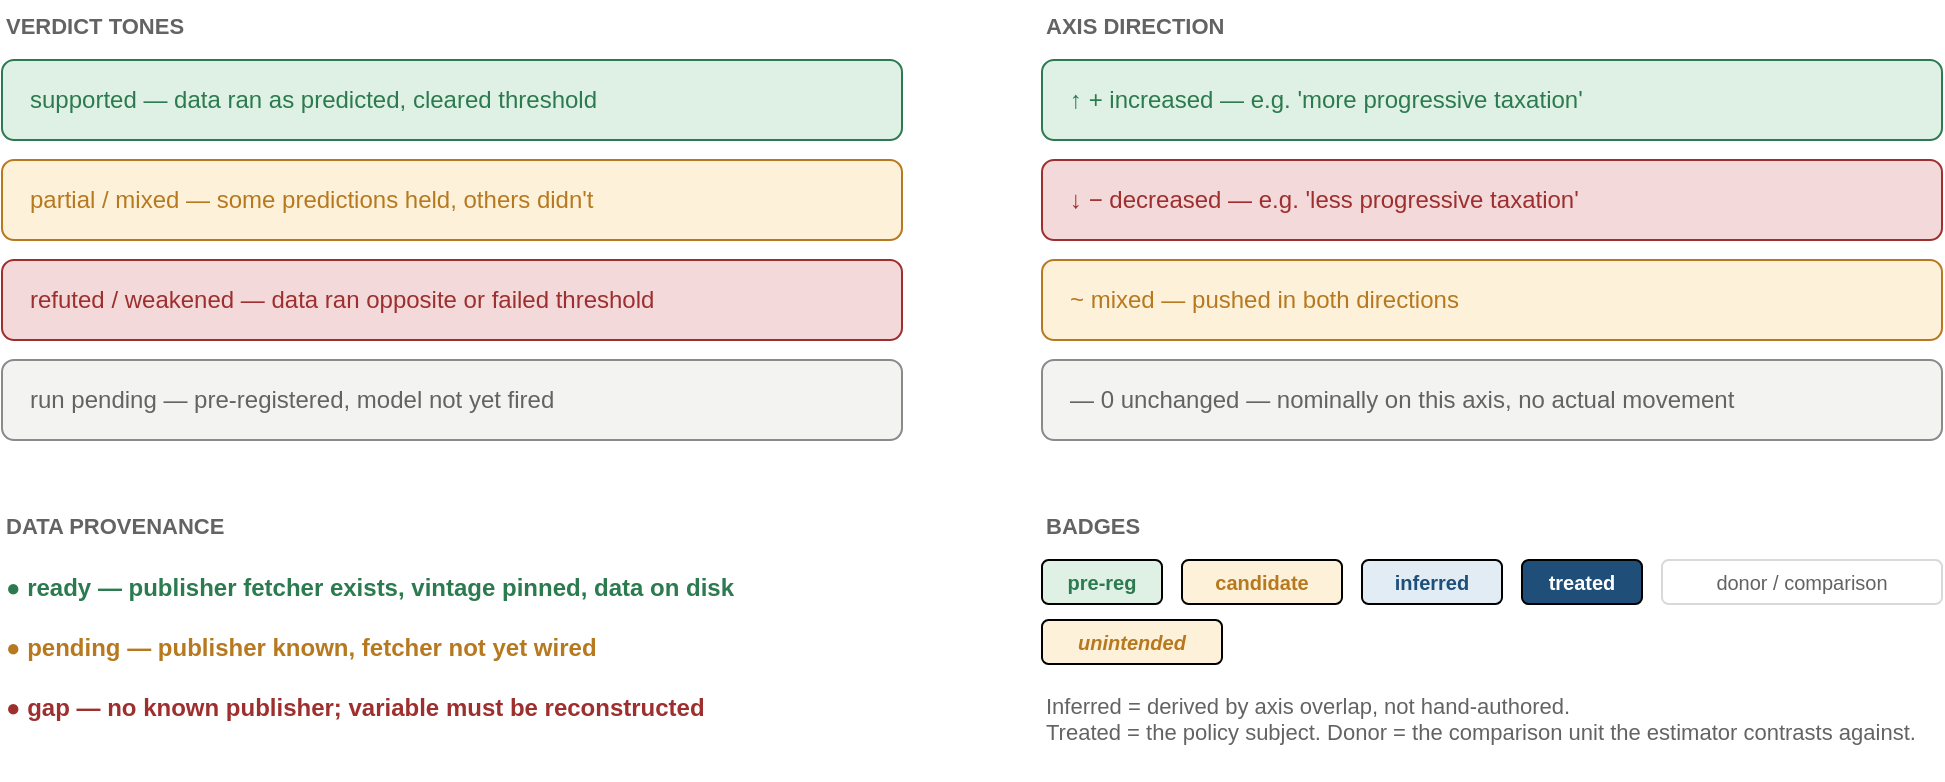
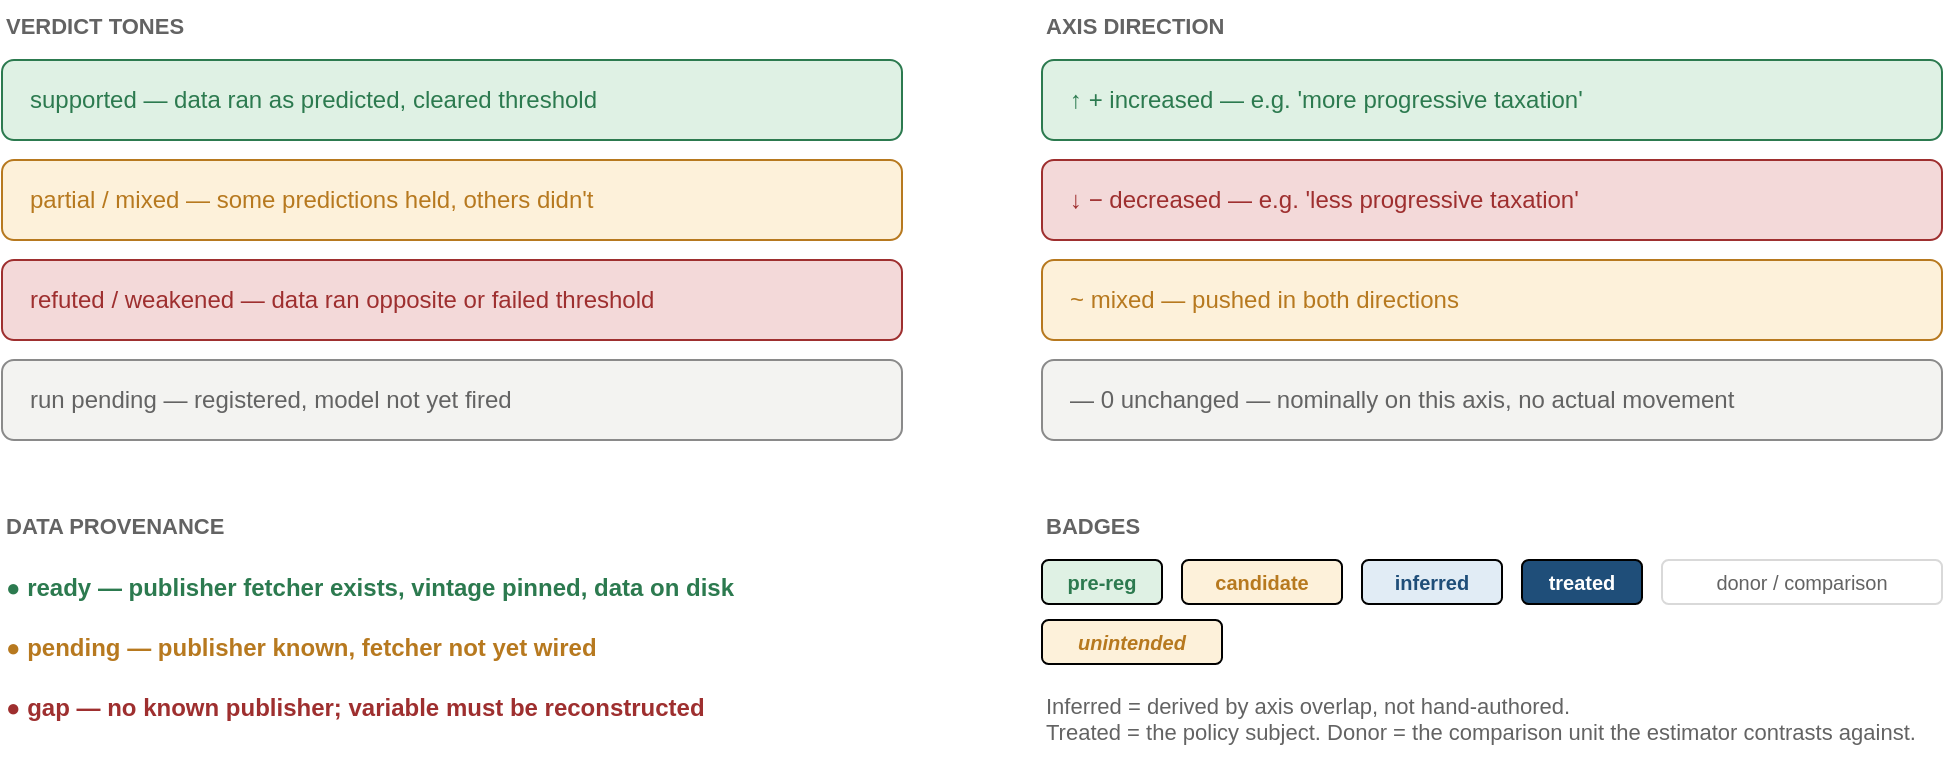
<mxfile host="app.diagrams.net" version="24.0.0">
  <diagram name="Legend" id="legend">
    <mxGraphModel dx="1200" dy="700" grid="1" gridSize="10" page="1" pageWidth="1200" pageHeight="700">
      <root>
        <mxCell id="0" />
        <mxCell id="1" parent="0" />

        <mxCell id="vh" value="VERDICT TONES" style="text;html=1;strokeColor=none;fillColor=none;fontSize=11;fontStyle=1;fontColor=#636363;" vertex="1" parent="1">
          <mxGeometry x="40" y="40" width="300" height="20" as="geometry" />
        </mxCell>
        <mxCell id="v1" value="supported — data ran as predicted, cleared threshold" style="rounded=1;whiteSpace=wrap;html=1;fillColor=#dff1e4;strokeColor=#2c7a4f;fontColor=#2c7a4f;align=left;spacingLeft=12;" vertex="1" parent="1">
          <mxGeometry x="40" y="70" width="450" height="40" as="geometry" />
        </mxCell>
        <mxCell id="v2" value="partial / mixed — some predictions held, others didn't" style="rounded=1;whiteSpace=wrap;html=1;fillColor=#fdf1da;strokeColor=#b7791f;fontColor=#b7791f;align=left;spacingLeft=12;" vertex="1" parent="1">
          <mxGeometry x="40" y="120" width="450" height="40" as="geometry" />
        </mxCell>
        <mxCell id="v3" value="refuted / weakened — data ran opposite or failed threshold" style="rounded=1;whiteSpace=wrap;html=1;fillColor=#f3d9d9;strokeColor=#9e2f2f;fontColor=#9e2f2f;align=left;spacingLeft=12;" vertex="1" parent="1">
          <mxGeometry x="40" y="170" width="450" height="40" as="geometry" />
        </mxCell>
-         <mxCell id="v4" value="run pending — pre-registered, model not yet fired" style="rounded=1;whiteSpace=wrap;html=1;fillColor=#f3f3f1;strokeColor=#8a8a8a;fontColor=#636363;align=left;spacingLeft=12;" vertex="1" parent="1">
+         <mxCell id="v4" value="run pending — registered, model not yet fired" style="rounded=1;whiteSpace=wrap;html=1;fillColor=#f3f3f1;strokeColor=#8a8a8a;fontColor=#636363;align=left;spacingLeft=12;" vertex="1" parent="1">
          <mxGeometry x="40" y="220" width="450" height="40" as="geometry" />
        </mxCell>

        <mxCell id="ah" value="AXIS DIRECTION" style="text;html=1;strokeColor=none;fillColor=none;fontSize=11;fontStyle=1;fontColor=#636363;" vertex="1" parent="1">
          <mxGeometry x="560" y="40" width="300" height="20" as="geometry" />
        </mxCell>
        <mxCell id="a1" value="↑  + increased — e.g. 'more progressive taxation'" style="rounded=1;whiteSpace=wrap;html=1;fillColor=#dff1e4;strokeColor=#2c7a4f;fontColor=#2c7a4f;align=left;spacingLeft=12;" vertex="1" parent="1">
          <mxGeometry x="560" y="70" width="450" height="40" as="geometry" />
        </mxCell>
        <mxCell id="a2" value="↓  − decreased — e.g. 'less progressive taxation'" style="rounded=1;whiteSpace=wrap;html=1;fillColor=#f3d9d9;strokeColor=#9e2f2f;fontColor=#9e2f2f;align=left;spacingLeft=12;" vertex="1" parent="1">
          <mxGeometry x="560" y="120" width="450" height="40" as="geometry" />
        </mxCell>
        <mxCell id="a3" value="~  mixed — pushed in both directions" style="rounded=1;whiteSpace=wrap;html=1;fillColor=#fdf1da;strokeColor=#b7791f;fontColor=#b7791f;align=left;spacingLeft=12;" vertex="1" parent="1">
          <mxGeometry x="560" y="170" width="450" height="40" as="geometry" />
        </mxCell>
        <mxCell id="a4" value="—  0 unchanged — nominally on this axis, no actual movement" style="rounded=1;whiteSpace=wrap;html=1;fillColor=#f3f3f1;strokeColor=#8a8a8a;fontColor=#636363;align=left;spacingLeft=12;" vertex="1" parent="1">
          <mxGeometry x="560" y="220" width="450" height="40" as="geometry" />
        </mxCell>

        <mxCell id="ph" value="DATA PROVENANCE" style="text;html=1;strokeColor=none;fillColor=none;fontSize=11;fontStyle=1;fontColor=#636363;" vertex="1" parent="1">
          <mxGeometry x="40" y="290" width="300" height="20" as="geometry" />
        </mxCell>
        <mxCell id="p1" value="● ready — publisher fetcher exists, vintage pinned, data on disk" style="text;html=1;strokeColor=none;fillColor=none;fontColor=#2c7a4f;fontStyle=1;" vertex="1" parent="1">
          <mxGeometry x="40" y="320" width="500" height="24" as="geometry" />
        </mxCell>
        <mxCell id="p2" value="● pending — publisher known, fetcher not yet wired" style="text;html=1;strokeColor=none;fillColor=none;fontColor=#b7791f;fontStyle=1;" vertex="1" parent="1">
          <mxGeometry x="40" y="350" width="500" height="24" as="geometry" />
        </mxCell>
        <mxCell id="p3" value="● gap — no known publisher; variable must be reconstructed" style="text;html=1;strokeColor=none;fillColor=none;fontColor=#9e2f2f;fontStyle=1;" vertex="1" parent="1">
          <mxGeometry x="40" y="380" width="500" height="24" as="geometry" />
        </mxCell>

        <mxCell id="bh" value="BADGES" style="text;html=1;strokeColor=none;fillColor=none;fontSize=11;fontStyle=1;fontColor=#636363;" vertex="1" parent="1">
          <mxGeometry x="560" y="290" width="300" height="20" as="geometry" />
        </mxCell>
        <mxCell id="b1" value="pre-reg" style="rounded=1;whiteSpace=wrap;html=1;fillColor=#dff1e4;fontColor=#2c7a4f;fontStyle=1;fontSize=10;" vertex="1" parent="1">
          <mxGeometry x="560" y="320" width="60" height="22" as="geometry" />
        </mxCell>
        <mxCell id="b2" value="candidate" style="rounded=1;whiteSpace=wrap;html=1;fillColor=#fdf1da;fontColor=#b7791f;fontStyle=1;fontSize=10;" vertex="1" parent="1">
          <mxGeometry x="630" y="320" width="80" height="22" as="geometry" />
        </mxCell>
        <mxCell id="b3" value="inferred" style="rounded=1;whiteSpace=wrap;html=1;fillColor=#e1ecf5;fontColor=#1f4e79;fontStyle=1;fontSize=10;" vertex="1" parent="1">
          <mxGeometry x="720" y="320" width="70" height="22" as="geometry" />
        </mxCell>
        <mxCell id="b4" value="treated" style="rounded=1;whiteSpace=wrap;html=1;fillColor=#1f4e79;fontColor=#ffffff;fontStyle=1;fontSize=10;" vertex="1" parent="1">
          <mxGeometry x="800" y="320" width="60" height="22" as="geometry" />
        </mxCell>
        <mxCell id="b5" value="donor / comparison" style="rounded=1;whiteSpace=wrap;html=1;fillColor=#ffffff;strokeColor=#d9d9d9;fontColor=#636363;fontSize=10;" vertex="1" parent="1">
          <mxGeometry x="870" y="320" width="140" height="22" as="geometry" />
        </mxCell>
        <mxCell id="b6" value="unintended" style="rounded=1;whiteSpace=wrap;html=1;fillColor=#fdf1da;fontColor=#b7791f;fontStyle=3;fontSize=10;" vertex="1" parent="1">
          <mxGeometry x="560" y="350" width="90" height="22" as="geometry" />
        </mxCell>
        <mxCell id="btxt" value="Inferred = derived by axis overlap, not hand-authored.&#10;Treated = the policy subject. Donor = the comparison unit the estimator contrasts against." style="text;html=1;strokeColor=none;fillColor=none;fontSize=11;fontColor=#636363;align=left;" vertex="1" parent="1">
          <mxGeometry x="560" y="380" width="450" height="50" as="geometry" />
        </mxCell>
      </root>
    </mxGraphModel>
  </diagram>
</mxfile>
